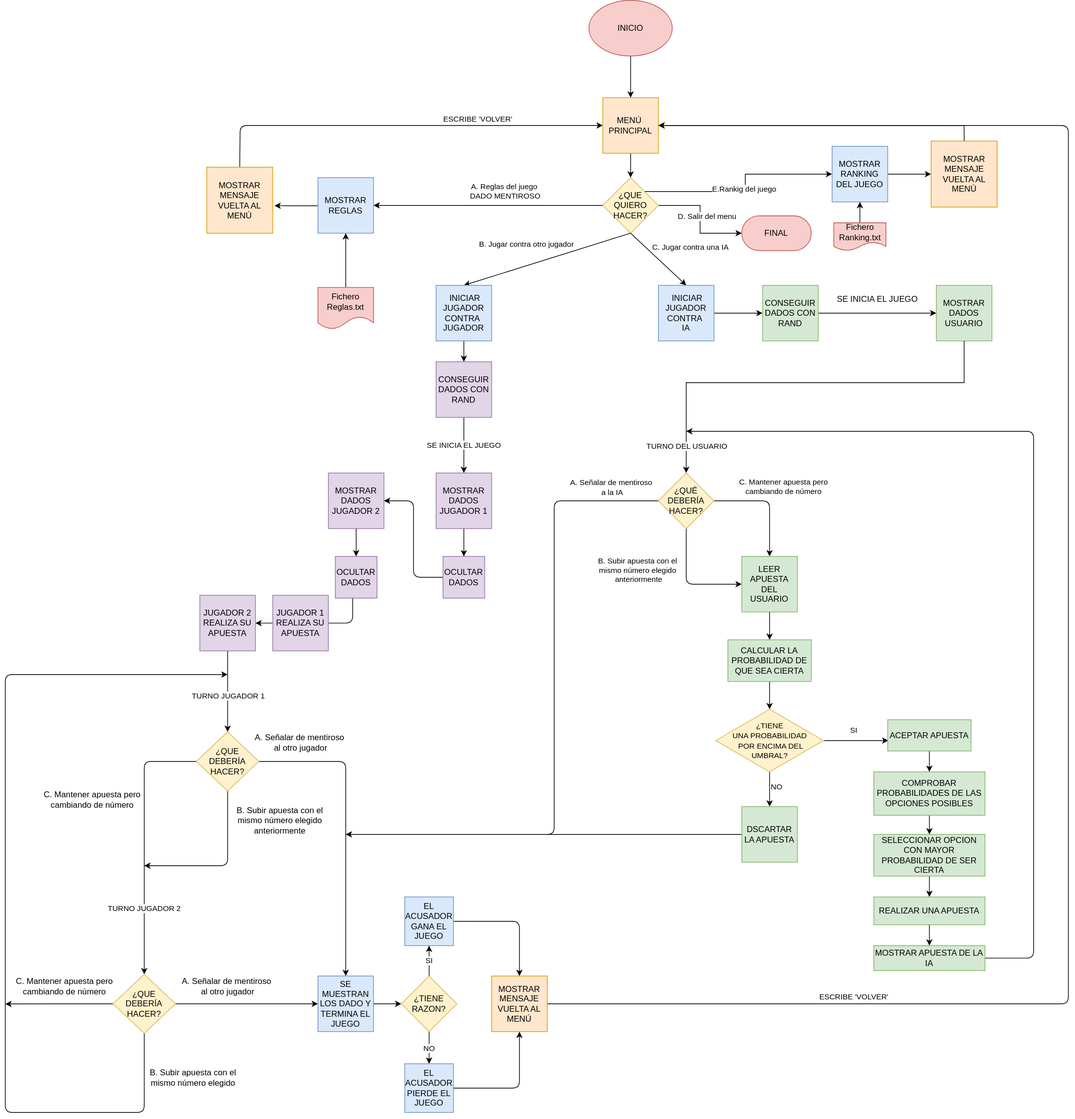
This is 1- DIAGRAMA DE FLUJO/Diagrama de flujo.svg from aigora/twIE_2021-proyecto_dado_mentiroso_2021, a draw.io export, as it was before one commit. Source tidied: cells renumbered, new cells last; positions are measured from the earlier drawing's top-left corner, leaving out a move shared by most shapes.
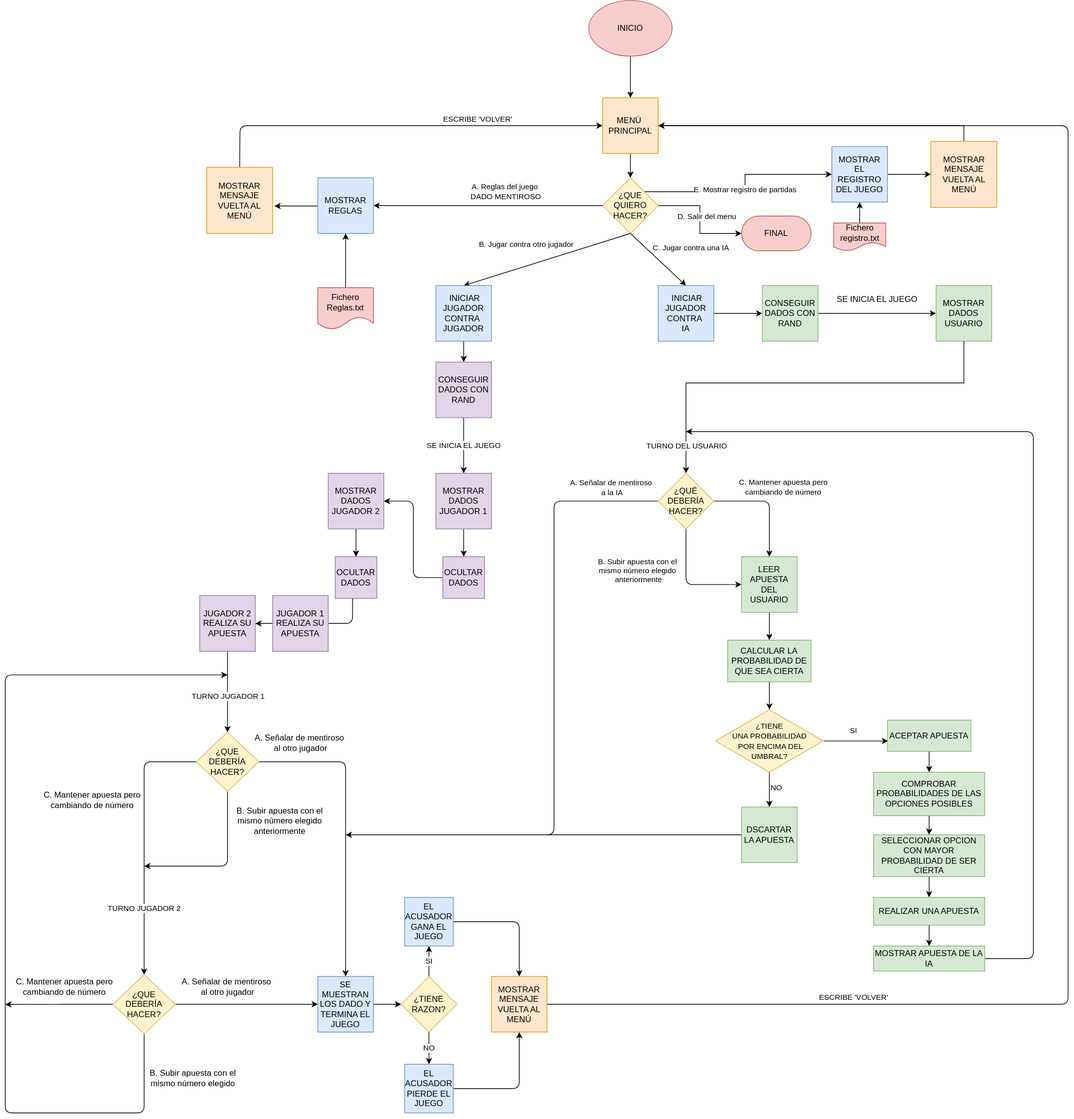
Later version of the same file.

Commit message:
Actualizado el diagrama de flujo y el menú para ir acorde con el registro

The edit, as a diff of the source:
```diff
@@ -19,7 +19,7 @@
     <mxCell id="5" value="D. Salir del menu" style="edgeStyle=orthogonalEdgeStyle;rounded=0;jettySize=auto;html=1;entryX=0;entryY=0.5;entryDx=0;entryDy=0;" parent="1" edge="1" source="7" target="36">
       <mxGeometry x="-0.05" y="10" relative="1" as="geometry" />
     </mxCell>
-    <mxCell id="6" value="E.Rankig del juego&amp;nbsp;" style="edgeStyle=orthogonalEdgeStyle;rounded=0;jettySize=auto;html=1;exitX=1;exitY=0;exitDx=0;exitDy=0;entryX=0;entryY=0.5;entryDx=0;entryDy=0;" parent="1" edge="1" source="7" target="98">
+    <mxCell id="6" value="E. Mostrar registro de partidas" style="edgeStyle=orthogonalEdgeStyle;rounded=0;jettySize=auto;html=1;exitX=1;exitY=0;exitDx=0;exitDy=0;entryX=0;entryY=0.5;entryDx=0;entryDy=0;" parent="1" edge="1" source="7" target="98">
       <mxGeometry relative="1" as="geometry" />
     </mxCell>
     <mxCell id="7" value="¿QUE QUIERO HACER?" style="rhombus;whiteSpace=wrap;html=1;fillColor=#fff2cc;strokeColor=#d6b656;" parent="1" vertex="1">
@@ -413,13 +413,13 @@
     <mxCell id="97" style="edgeStyle=orthogonalEdgeStyle;rounded=0;jettySize=auto;html=1;exitX=1;exitY=0.5;exitDx=0;exitDy=0;entryX=0;entryY=0.5;entryDx=0;entryDy=0;" parent="1" edge="1" source="98" target="102">
       <mxGeometry relative="1" as="geometry" />
     </mxCell>
-    <mxCell id="98" value="MOSTRAR RANKING DEL JUEGO" style="whiteSpace=wrap;html=1;fillColor=#dae8fc;strokeColor=#6c8ebf;" parent="1" vertex="1">
+    <mxCell id="98" value="MOSTRAR EL REGISTRO DEL JUEGO" style="whiteSpace=wrap;html=1;fillColor=#dae8fc;strokeColor=#6c8ebf;" parent="1" vertex="1">
       <mxGeometry x="1190" y="210" width="80" height="80" as="geometry" />
     </mxCell>
     <mxCell id="99" style="edgeStyle=orthogonalEdgeStyle;rounded=0;jettySize=auto;html=1;entryX=0.5;entryY=1;entryDx=0;entryDy=0;" parent="1" edge="1" source="100" target="98">
       <mxGeometry relative="1" as="geometry" />
     </mxCell>
-    <mxCell id="100" value="Fichero&lt;br&gt;Ranking.txt" style="shape=document;whiteSpace=wrap;html=1;boundedLbl=1;fillColor=#f8cecc;strokeColor=#b85450;" parent="1" vertex="1">
+    <mxCell id="100" value="Fichero&lt;br&gt;registro.txt" style="shape=document;whiteSpace=wrap;html=1;boundedLbl=1;fillColor=#f8cecc;strokeColor=#b85450;" parent="1" vertex="1">
       <mxGeometry x="1192.5" y="320" width="75" height="40" as="geometry" />
     </mxCell>
     <mxCell id="101" style="edgeStyle=orthogonalEdgeStyle;rounded=0;jettySize=auto;html=1;exitX=0.5;exitY=0;exitDx=0;exitDy=0;entryX=1;entryY=0.5;entryDx=0;entryDy=0;" parent="1" edge="1" source="102" target="38">
```
